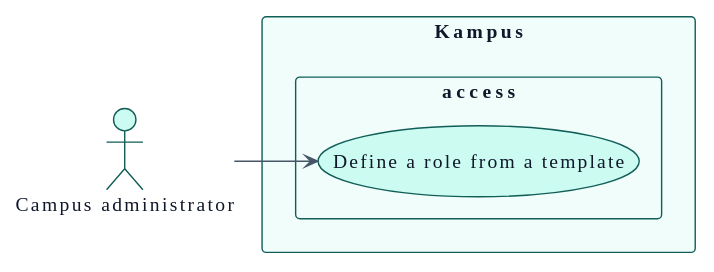
Above: docs/01-requirements/use-cases-campus_administrator.svg in didactika/kampus (PlantUML), before the change. Its diagram source:
```plantuml
@startuml
!theme plain
skinparam backgroundColor #FFFFFF
skinparam defaultFontName Verdana
skinparam defaultFontSize 14
skinparam defaultFontColor #0F172A
skinparam shadowing false
skinparam packageStyle rectangle
skinparam ArrowFontSize 12
skinparam ClassAttributeIconSize 0
skinparam roundCorner 6
skinparam ArrowColor #475569
skinparam ArrowFontColor #0F172A
skinparam NoteBackgroundColor #ECFEFF
skinparam NoteBorderColor #115E59
skinparam NoteFontColor #0F172A
skinparam class {
  BackgroundColor #CCFBF1
  BorderColor #115E59
  FontColor #0F172A
}
skinparam entity {
  BackgroundColor #CCFBF1
  BorderColor #115E59
  FontColor #0F172A
}
skinparam participant {
  BackgroundColor #CCFBF1
  BorderColor #115E59
  FontColor #0F172A
}
skinparam actor {
  BackgroundColor #CCFBF1
  BorderColor #115E59
  FontColor #0F172A
}
skinparam database {
  BackgroundColor #CCFBF1
  BorderColor #115E59
  FontColor #0F172A
}
skinparam component {
  BackgroundColor #CCFBF1
  BorderColor #115E59
  FontColor #0F172A
}
skinparam node {
  BackgroundColor #CCFBF1
  BorderColor #115E59
  FontColor #0F172A
}
skinparam usecase {
  BackgroundColor #CCFBF1
  BorderColor #115E59
  FontColor #0F172A
}
skinparam interface {
  BackgroundColor #CCFBF1
  BorderColor #115E59
  FontColor #0F172A
}
skinparam state {
  BackgroundColor #CCFBF1
  BorderColor #115E59
  FontColor #0F172A
  StartColor #475569
  EndColor #475569
  ArrowColor #475569
}
skinparam package {
  BackgroundColor #F0FDFA
  BorderColor #115E59
  FontColor #0F172A
}
skinparam sequence {
  LifeLineBorderColor #475569
  LifeLineBackgroundColor #CCFBF1
  ArrowColor #475569
  GroupBorderColor #115E59
  GroupBackgroundColor #F0FDFA
}
skinparam package<<level1>> {
  BackgroundColor #DBEAFE
  BorderColor #115E59
  FontColor #0F172A
}
skinparam package<<level2>> {
  BackgroundColor #E0F2FE
  BorderColor #115E59
  FontColor #0F172A
}
skinparam package<<level3>> {
  BackgroundColor #F1F5F9
  BorderColor #115E59
  FontColor #0F172A
}
skinparam package<<level4>> {
  BackgroundColor #F8FAFC
  BorderColor #115E59
  FontColor #0F172A
}
hide <<level1>> stereotype
hide <<level2>> stereotype
hide <<level3>> stereotype
hide <<level4>> stereotype
skinparam linetype polyline
left to right direction

actor "Campus administrator" as A_Campus_administrator

rectangle "Kampus" {
  package "access" {
    usecase "Define a role from a template" as UC_defineRole
  }
}

A_Campus_administrator --> UC_defineRole
@enduml
```
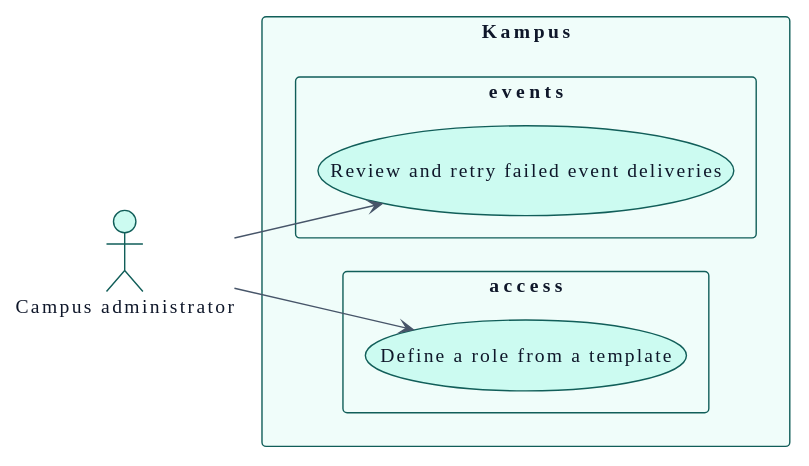
After the change.

Change to the diagram source:
```diff
@@ -112,7 +112,11 @@
   package "access" {
     usecase "Define a role from a template" as UC_defineRole
   }
+  package "events" {
+    usecase "Review and retry failed event deliveries" as UC_retryDeliveries
+  }
 }
 
 A_Campus_administrator --> UC_defineRole
+A_Campus_administrator --> UC_retryDeliveries
 @enduml
```
